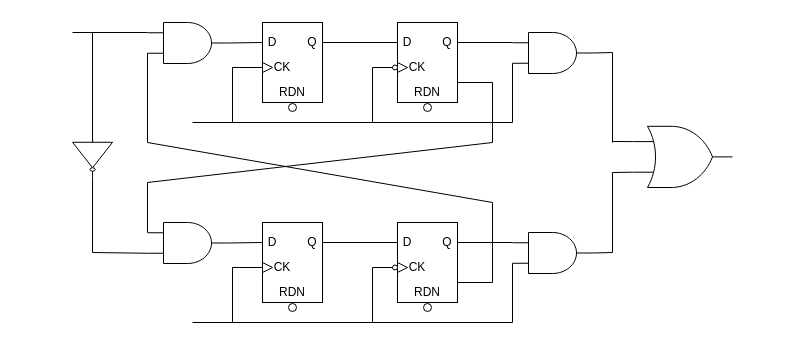
Earlier version of the draw.io diagram 无毛刺时钟切换.drawio (shzliang/vim_help). Source tidied: cells renumbered, new cells numbered last; positions are measured from the earlier drawing's top-left corner, leaving out a move shared by most shapes. Both pictures are drawn from the tidied source at 100%, with x=0, y=0 at pixel (71, 22).
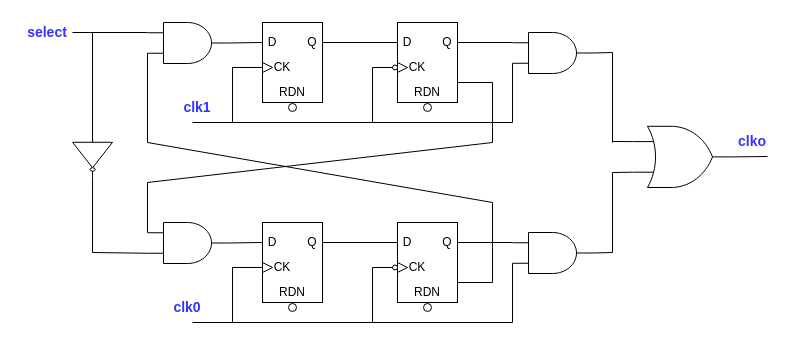
The same page after the edit.

Commit message:
更新无毛刺时钟切换.drawio

Unchanged cells that the change refers to:
```xml
<mxCell id="73" style="verticalLabelPosition=bottom;shadow=0;dashed=0;align=center;html=1;verticalAlign=top;shape=mxgraph.electrical.logic_gates.logic_gate;operation=or;" parent="1" vertex="1">
  <mxGeometry x="561" y="103.8" width="100" height="61.2" as="geometry" />
</mxCell>
```

What changed in the source:
```diff
@@
+    <mxCell id="80" value="clk1" style="text;html=1;align=center;verticalAlign=middle;whiteSpace=wrap;rounded=0;fontStyle=1;fontSize=14;fontColor=#3333FF;" parent="1" vertex="1">
+      <mxGeometry x="96" y="70" width="60" height="30" as="geometry" />
+    </mxCell>
+    <mxCell id="81" value="clk0" style="text;html=1;align=center;verticalAlign=middle;whiteSpace=wrap;rounded=0;fontStyle=1;fontSize=14;fontColor=#3333FF;" parent="1" vertex="1">
+      <mxGeometry x="86" y="270" width="60" height="30" as="geometry" />
+    </mxCell>
+    <mxCell id="82" value="select" style="text;html=1;align=center;verticalAlign=middle;whiteSpace=wrap;rounded=0;fontStyle=1;fontSize=14;fontColor=#3333FF;" parent="1" vertex="1">
+      <mxGeometry x="-54" y="-5" width="60" height="30" as="geometry" />
+    </mxCell>
+    <mxCell id="83" style="endArrow=none;html=1;rounded=0;exitX=1;exitY=0.5;exitDx=0;exitDy=0;exitPerimeter=0;" parent="1" edge="1" source="73">
+      <mxGeometry relative="1" as="geometry">
+        <mxPoint x="696" y="134" as="targetPoint" />
+      </mxGeometry>
+    </mxCell>
+    <mxCell id="84" value="clko" style="text;html=1;align=center;verticalAlign=middle;whiteSpace=wrap;rounded=0;fontStyle=1;fontSize=14;fontColor=#3333FF;" parent="1" vertex="1">
+      <mxGeometry x="651" y="103.8" width="60" height="30" as="geometry" />
+    </mxCell>
```
